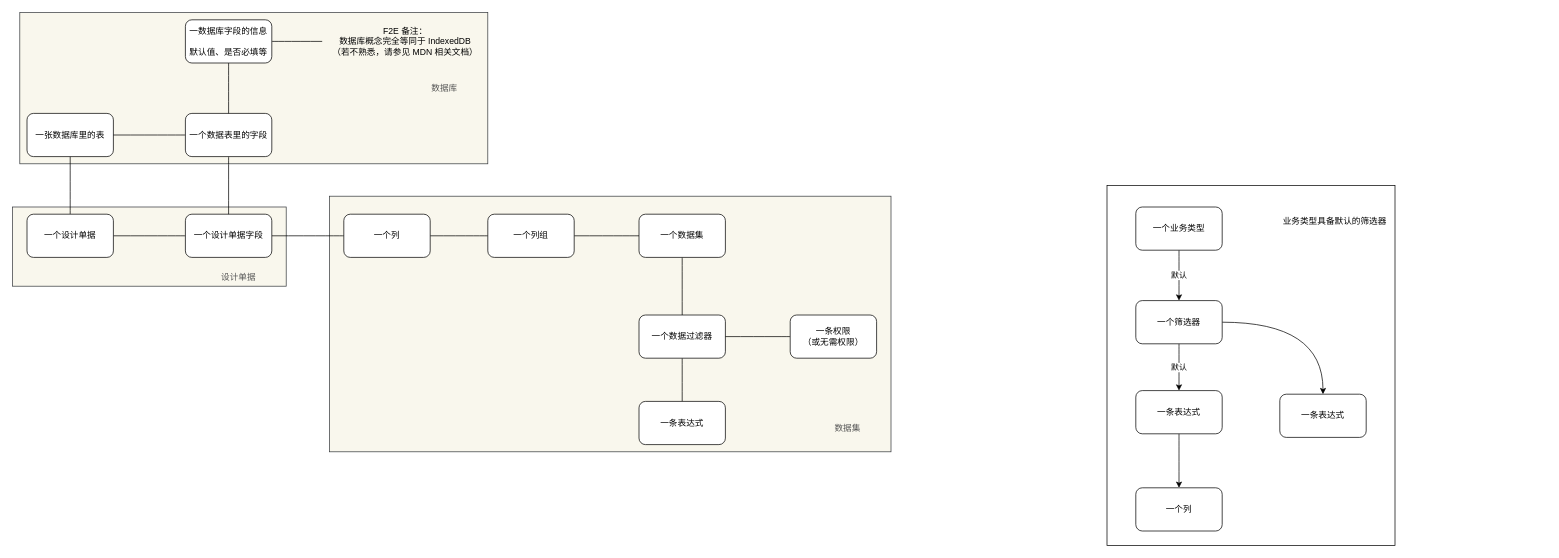
Above: page "Dataset Struct" (6 of 6) of 结构分析.drawio in uiosun/diagrams (draw.io), before the change. Source tidied: cells renumbered, new cells numbered last; positions are measured from the earlier drawing's top-left corner, leaving out a move shared by most shapes. Both pictures are drawn from the tidied source at 72%, with x=0, y=0 at pixel (12, 12).
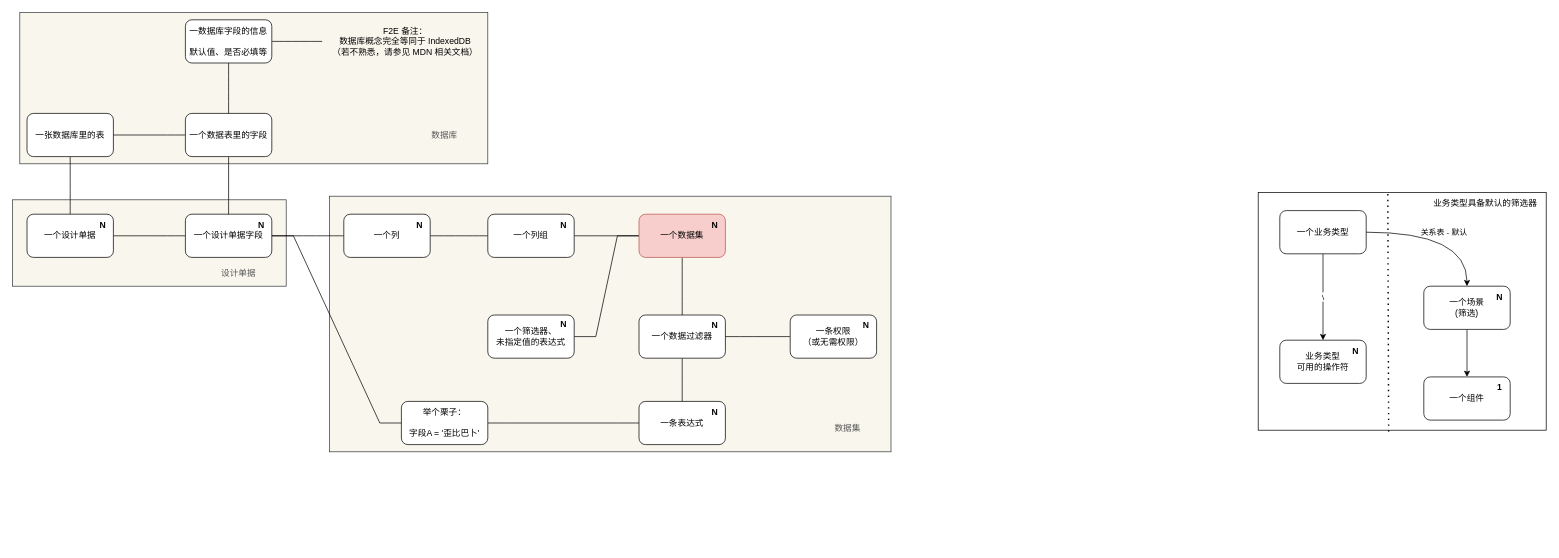
Above is the later version.

Unchanged cells that the change refers to:
```xml
<mxCell id="13" value="一条表达式" style="rounded=1;whiteSpace=wrap;html=1;" parent="1" vertex="1">
  <mxGeometry x="870" y="540" width="120" height="60" as="geometry" />
</mxCell>
<mxCell id="30" value="一个设计单据字段" style="whiteSpace=wrap;html=1;rounded=1;" parent="1" vertex="1">
  <mxGeometry x="240" y="280" width="120" height="60" as="geometry" />
</mxCell>
```

Change to the diagram source:
```diff
@@
     <mxCell id="3" value="&lt;font color=&quot;#545454&quot;&gt;&lt;br&gt;&lt;br&gt;&lt;br&gt;&lt;br&gt;&lt;br&gt;&lt;br&gt;设计单据 &amp;nbsp; &amp;nbsp; &amp;nbsp; &amp;nbsp; &amp;nbsp; &amp;nbsp;&lt;/font&gt;" style="rounded=0;whiteSpace=wrap;html=1;align=right;fillColor=#f9f7ed;strokeColor=#36393d;" parent="1" vertex="1">
-      <mxGeometry y="270" width="380" height="110" as="geometry" />
+      <mxGeometry y="260" width="380" height="120" as="geometry" />
     </mxCell>
-    <mxCell id="4" value="&lt;font color=&quot;#545454&quot;&gt;数据库&amp;nbsp; &amp;nbsp; &amp;nbsp; &amp;nbsp; &amp;nbsp; &amp;nbsp;&amp;nbsp;&lt;/font&gt;" style="rounded=0;whiteSpace=wrap;html=1;align=right;fillColor=#f9f7ed;strokeColor=#36393d;" parent="1" vertex="1">
+    <mxCell id="4" value="&lt;font color=&quot;#545454&quot;&gt;&lt;br&gt;&lt;br&gt;&lt;br&gt;&lt;br&gt;&lt;br&gt;&lt;br&gt;&lt;br&gt;&lt;br&gt;&lt;br&gt;数据库&amp;nbsp; &amp;nbsp; &amp;nbsp; &amp;nbsp; &amp;nbsp; &amp;nbsp;&amp;nbsp;&lt;/font&gt;" style="rounded=0;whiteSpace=wrap;html=1;align=right;fillColor=#f9f7ed;strokeColor=#36393d;" parent="1" vertex="1">
       <mxGeometry x="10" width="650" height="210" as="geometry" />
     </mxCell>
-    <mxCell id="5" style="group;" parent="1" vertex="1">
-      <mxGeometry x="1520" y="240" width="400" height="500" as="geometry" />
-    </mxCell>
-    <mxCell id="6" style="rounded=0;whiteSpace=wrap;html=1;" parent="5" vertex="1">
-      <mxGeometry width="400" height="500" as="geometry" />
-    </mxCell>
-    <mxCell id="7" value="业务类型具备默认的筛选器" style="text;html=1;align=center;verticalAlign=middle;strokeColor=none;fillColor=none;" parent="5" vertex="1">
-      <mxGeometry x="231.1" y="35" width="170" height="30" as="geometry" />
-    </mxCell>
@@
+    <mxCell id="41" style="edgeStyle=entityRelationEdgeStyle;rounded=0;jettySize=auto;html=1;endArrow=none;endFill=0;" parent="1" edge="1" source="10" target="50">
+      <mxGeometry relative="1" as="geometry" />
+    </mxCell>
-    <mxCell id="10" value="&lt;div&gt;一个数据集&lt;/div&gt;" style="rounded=1;whiteSpace=wrap;html=1;" parent="1" vertex="1">
+    <mxCell id="10" value="&lt;div&gt;一个数据集&lt;/div&gt;" style="rounded=1;whiteSpace=wrap;html=1;fillColor=#f8cecc;strokeColor=#b85450;" parent="1" vertex="1">
       <mxGeometry x="870" y="280" width="120" height="60" as="geometry" />
     </mxCell>
@@
-    <mxCell id="16" value="默认" style="edgeStyle=orthogonalEdgeStyle;rounded=0;jettySize=auto;html=1;curved=1;" parent="1" edge="1" source="18" target="20">
-      <mxGeometry relative="1" as="geometry" />
-    </mxCell>
-    <mxCell id="17" style="edgeStyle=orthogonalEdgeStyle;rounded=0;jettySize=auto;html=1;curved=1;" parent="1" edge="1" source="18" target="21">
-      <mxGeometry relative="1" as="geometry" />
-    </mxCell>
-    <mxCell id="18" value="&lt;div&gt;一个筛选器&lt;/div&gt;" style="rounded=1;whiteSpace=wrap;html=1;" parent="1" vertex="1">
-      <mxGeometry x="1560" y="400" width="120" height="60" as="geometry" />
-    </mxCell>
-    <mxCell id="19" style="edgeStyle=orthogonalEdgeStyle;rounded=0;jettySize=auto;html=1;curved=1;" parent="1" edge="1" source="20" target="22">
-      <mxGeometry relative="1" as="geometry" />
-    </mxCell>
-    <mxCell id="20" value="一条表达式" style="rounded=1;whiteSpace=wrap;html=1;" parent="1" vertex="1">
-      <mxGeometry x="1560" y="525" width="120" height="60" as="geometry" />
-    </mxCell>
-    <mxCell id="21" value="一条表达式" style="rounded=1;whiteSpace=wrap;html=1;" parent="1" vertex="1">
-      <mxGeometry x="1760" y="530" width="120" height="60" as="geometry" />
-    </mxCell>
-    <mxCell id="22" value="一个列" style="rounded=1;whiteSpace=wrap;html=1;" parent="1" vertex="1">
-      <mxGeometry x="1560" y="660" width="120" height="60" as="geometry" />
-    </mxCell>
-    <mxCell id="23" value="默认" style="edgeStyle=orthogonalEdgeStyle;rounded=0;jettySize=auto;html=1;curved=1;" parent="1" edge="1" source="24" target="18">
-      <mxGeometry relative="1" as="geometry" />
-    </mxCell>
-    <mxCell id="24" value="&lt;div&gt;一个业务类型&lt;/div&gt;" style="rounded=1;whiteSpace=wrap;html=1;" parent="1" vertex="1">
-      <mxGeometry x="1560" y="270" width="120" height="60" as="geometry" />
-    </mxCell>
@@
+    <mxCell id="6" style="rounded=0;whiteSpace=wrap;html=1;" parent="1" vertex="1">
+      <mxGeometry x="1730" y="250" width="400" height="330" as="geometry" />
+    </mxCell>
+    <mxCell id="7" value="业务类型具备默认的筛选器" style="text;html=1;align=center;verticalAlign=middle;strokeColor=none;fillColor=none;" parent="1" vertex="1">
+      <mxGeometry x="1960" y="250" width="170" height="30" as="geometry" />
+    </mxCell>
+    <mxCell id="23" value="\&lt;br&gt;" style="edgeStyle=orthogonalEdgeStyle;rounded=0;jettySize=auto;html=1;curved=1;" parent="1" edge="1" source="24" target="18">
+      <mxGeometry relative="1" as="geometry" />
+    </mxCell>
+    <mxCell id="24" value="&lt;div&gt;一个业务类型&lt;/div&gt;" style="rounded=1;whiteSpace=wrap;html=1;" parent="1" vertex="1">
+      <mxGeometry x="1760" y="275" width="120" height="60" as="geometry" />
+    </mxCell>
+    <mxCell id="18" value="&lt;div&gt;业务类型&lt;/div&gt;&lt;div&gt;可用的操作符&lt;/div&gt;" style="rounded=1;whiteSpace=wrap;html=1;" parent="1" vertex="1">
+      <mxGeometry x="1760" y="455" width="120" height="60" as="geometry" />
+    </mxCell>
+    <mxCell id="42" style="edgeStyle=orthogonalEdgeStyle;rounded=0;jettySize=auto;html=1;" parent="1" edge="1" source="43" target="45">
+      <mxGeometry relative="1" as="geometry" />
+    </mxCell>
+    <mxCell id="43" value="&lt;div&gt;一个场景&lt;/div&gt;&lt;div&gt;(筛选)&lt;/div&gt;" style="rounded=1;whiteSpace=wrap;html=1;" parent="1" vertex="1">
+      <mxGeometry x="1960" y="380" width="120" height="60" as="geometry" />
+    </mxCell>
+    <mxCell id="44" value="关系表 - 默认" style="edgeStyle=orthogonalEdgeStyle;rounded=0;jettySize=auto;html=1;curved=1;" parent="1" edge="1" source="24" target="43">
+      <mxGeometry relative="1" as="geometry" />
+    </mxCell>
+    <mxCell id="45" value="一个组件" style="rounded=1;whiteSpace=wrap;html=1;" parent="1" vertex="1">
+      <mxGeometry x="1960" y="506" width="120" height="60" as="geometry" />
+    </mxCell>
+    <mxCell id="46" style="endArrow=none;dashed=1;html=1;dashPattern=1 3;strokeWidth=2;rounded=0;entryX=0.45;entryY=-0.003;entryDx=0;entryDy=0;exitX=0.453;exitY=1.006;exitDx=0;exitDy=0;entryPerimeter=0;exitPerimeter=0;" parent="1" edge="1" source="6" target="6">
+      <mxGeometry relative="1" as="geometry" />
+    </mxCell>
+    <mxCell id="47" style="edgeStyle=entityRelationEdgeStyle;rounded=0;jettySize=auto;html=1;endArrow=none;endFill=0;" parent="1" edge="1" source="49" target="30">
+      <mxGeometry relative="1" as="geometry" />
+    </mxCell>
+    <mxCell id="48" style="edgeStyle=entityRelationEdgeStyle;rounded=0;jettySize=auto;html=1;endArrow=none;endFill=0;" parent="1" edge="1" source="49" target="13">
+      <mxGeometry relative="1" as="geometry" />
+    </mxCell>
+    <mxCell id="49" value="举个栗子：&lt;br&gt;&lt;br&gt;字段A = '歪比巴卜'" style="rounded=1;whiteSpace=wrap;html=1;" parent="1" vertex="1">
+      <mxGeometry x="540" y="540" width="120" height="60" as="geometry" />
+    </mxCell>
+    <mxCell id="50" value="一个筛选器、&lt;br&gt;未指定值的表达式" style="rounded=1;whiteSpace=wrap;html=1;" parent="1" vertex="1">
+      <mxGeometry x="660" y="420" width="120" height="60" as="geometry" />
+    </mxCell>
+    <mxCell id="51" value="&lt;b&gt;N&lt;/b&gt;" style="text;html=1;align=center;verticalAlign=middle;strokeColor=none;fillColor=none;" parent="1" vertex="1">
+      <mxGeometry x="750" y="417.5" width="30" height="30" as="geometry" />
+    </mxCell>
+    <mxCell id="52" value="&lt;b&gt;N&lt;/b&gt;" style="text;html=1;align=center;verticalAlign=middle;strokeColor=none;fillColor=none;" parent="1" vertex="1">
+      <mxGeometry x="960" y="420" width="30" height="30" as="geometry" />
+    </mxCell>
+    <mxCell id="53" value="&lt;b&gt;N&lt;/b&gt;" style="text;html=1;align=center;verticalAlign=middle;strokeColor=none;fillColor=none;" parent="1" vertex="1">
+      <mxGeometry x="960" y="540" width="30" height="30" as="geometry" />
+    </mxCell>
+    <mxCell id="54" value="&lt;b&gt;N&lt;/b&gt;" style="text;html=1;align=center;verticalAlign=middle;strokeColor=none;fillColor=none;" parent="1" vertex="1">
+      <mxGeometry x="1170" y="420" width="30" height="30" as="geometry" />
+    </mxCell>
+    <mxCell id="55" value="&lt;b&gt;N&lt;/b&gt;" style="text;html=1;align=center;verticalAlign=middle;strokeColor=none;fillColor=none;" parent="1" vertex="1">
+      <mxGeometry x="750" y="280" width="30" height="30" as="geometry" />
+    </mxCell>
+    <mxCell id="56" value="&lt;b&gt;N&lt;/b&gt;" style="text;html=1;align=center;verticalAlign=middle;strokeColor=none;fillColor=none;" parent="1" vertex="1">
+      <mxGeometry x="550" y="280" width="30" height="30" as="geometry" />
+    </mxCell>
+    <mxCell id="57" value="&lt;b&gt;N&lt;/b&gt;" style="text;html=1;align=center;verticalAlign=middle;strokeColor=none;fillColor=none;" parent="1" vertex="1">
+      <mxGeometry x="960" y="280" width="30" height="30" as="geometry" />
+    </mxCell>
+    <mxCell id="58" value="&lt;b&gt;N&lt;/b&gt;" style="text;html=1;align=center;verticalAlign=middle;strokeColor=none;fillColor=none;" parent="1" vertex="1">
+      <mxGeometry x="330" y="280" width="30" height="30" as="geometry" />
+    </mxCell>
+    <mxCell id="59" value="&lt;b&gt;N&lt;/b&gt;" style="text;html=1;align=center;verticalAlign=middle;strokeColor=none;fillColor=none;" parent="1" vertex="1">
+      <mxGeometry x="110" y="280" width="30" height="30" as="geometry" />
+    </mxCell>
+    <mxCell id="60" value="&lt;b&gt;N&lt;/b&gt;" style="text;html=1;align=center;verticalAlign=middle;strokeColor=none;fillColor=none;" parent="1" vertex="1">
+      <mxGeometry x="1850" y="455" width="30" height="30" as="geometry" />
+    </mxCell>
+    <mxCell id="61" value="&lt;b&gt;N&lt;/b&gt;" style="text;html=1;align=center;verticalAlign=middle;strokeColor=none;fillColor=none;" parent="1" vertex="1">
+      <mxGeometry x="2050" y="380" width="30" height="30" as="geometry" />
+    </mxCell>
+    <mxCell id="62" value="&lt;b&gt;1&lt;/b&gt;" style="text;html=1;align=center;verticalAlign=middle;strokeColor=none;fillColor=none;" parent="1" vertex="1">
+      <mxGeometry x="2050" y="506" width="30" height="30" as="geometry" />
+    </mxCell>
```
